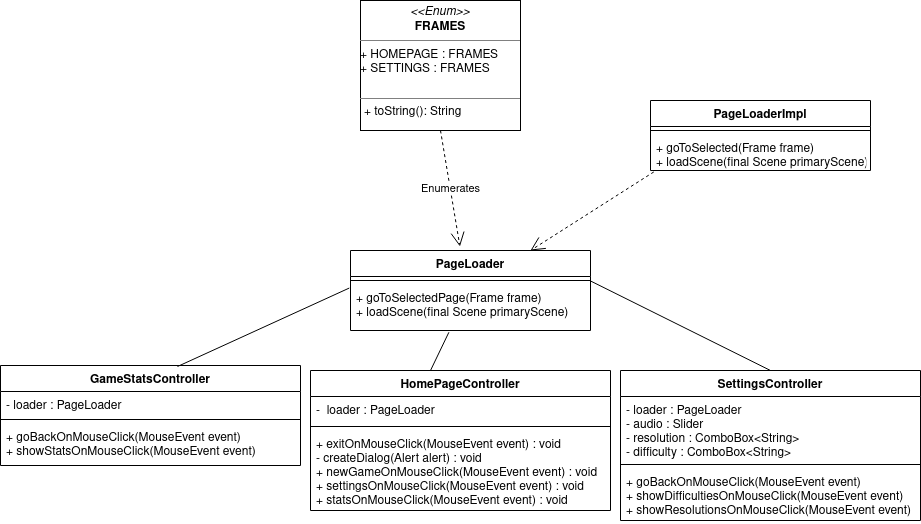
This is Documentation/relazione/img/main_menu.png from Pensilina14/bullet-ballet, a draw.io export, as it was before one commit. Source tidied: cells renumbered, new cells last; positions are measured from the earlier drawing's top-left corner, leaving out a move shared by most shapes. Its diagram source:
```xml
<mxGraphModel>
  <root>
    <mxCell id="0" />
    <mxCell id="1" parent="0" />
    <mxCell id="2" value="&lt;p style=&quot;margin: 0px ; margin-top: 4px ; text-align: center&quot;&gt;&lt;i&gt;&amp;lt;&amp;lt;Enum&amp;gt;&amp;gt;&lt;/i&gt;&lt;br&gt;&lt;b&gt;FRAMES&lt;/b&gt;&lt;/p&gt;&lt;hr size=&quot;1&quot;&gt;&lt;div&gt;+ HOMEPAGE : FRAMES&lt;/div&gt;&lt;div&gt;+ SETTINGS : FRAMES&lt;br&gt;&lt;/div&gt;&lt;div&gt;&lt;br&gt;&lt;/div&gt;&lt;hr size=&quot;1&quot;&gt;&lt;p style=&quot;margin: 0px ; margin-left: 4px&quot;&gt;+ toString(): String&lt;br&gt;&lt;/p&gt;" style="verticalAlign=top;align=left;overflow=fill;fontSize=12;fontFamily=Helvetica;html=1;" parent="1" vertex="1">
      <mxGeometry x="360" width="160" height="130" as="geometry" />
    </mxCell>
    <mxCell id="3" value="Enumerates" style="endArrow=open;endSize=12;dashed=1;html=1;rounded=0;entryX=0.456;entryY=-0.05;entryDx=0;entryDy=0;entryPerimeter=0;exitX=0.5;exitY=1;exitDx=0;exitDy=0;" parent="1" edge="1" source="2" target="8">
      <mxGeometry relative="1" as="geometry" />
    </mxCell>
    <mxCell id="4" value="HomePageController" style="swimlane;fontStyle=1;align=center;verticalAlign=top;horizontal=1;startSize=26;" parent="1" vertex="1">
      <mxGeometry x="310" y="370" width="300" height="140" as="geometry" />
    </mxCell>
    <mxCell id="5" value="-  loader : PageLoader" style="text;strokeColor=none;fillColor=none;align=left;verticalAlign=top;spacingLeft=4;spacingRight=4;overflow=hidden;" parent="4" vertex="1">
      <mxGeometry y="26" width="300" height="26" as="geometry" />
    </mxCell>
    <mxCell id="6" style="line;strokeWidth=1;fillColor=none;align=left;verticalAlign=middle;spacingTop=-1;spacingLeft=3;spacingRight=3;labelPosition=right;" parent="4" vertex="1">
      <mxGeometry y="52" width="300" height="8" as="geometry" />
    </mxCell>
    <mxCell id="7" value="+ exitOnMouseClick(MouseEvent event) : void&#10;- createDialog(Alert alert) : void&#10;+ newGameOnMouseClick(MouseEvent event) : void&#10;+ settingsOnMouseClick(MouseEvent event) : void&#10;+ statsOnMouseClick(MouseEvent event) : void&#10;" style="text;strokeColor=none;fillColor=none;align=left;verticalAlign=top;spacingLeft=4;spacingRight=4;overflow=hidden;" parent="4" vertex="1">
      <mxGeometry y="60" width="300" height="80" as="geometry" />
    </mxCell>
    <mxCell id="8" value="PageLoader" style="swimlane;fontStyle=1;align=center;verticalAlign=top;horizontal=1;startSize=26;" parent="1" vertex="1">
      <mxGeometry x="350" y="250" width="240" height="80" as="geometry" />
    </mxCell>
    <mxCell id="9" style="line;strokeWidth=1;fillColor=none;align=left;verticalAlign=middle;spacingTop=-1;spacingLeft=3;spacingRight=3;labelPosition=right;" parent="8" vertex="1">
      <mxGeometry y="26" width="240" height="8" as="geometry" />
    </mxCell>
    <mxCell id="10" value="+ goToSelectedPage(Frame frame)&#10;+ loadScene(final Scene primaryScene)" style="text;strokeColor=none;fillColor=none;align=left;verticalAlign=top;spacingLeft=4;spacingRight=4;overflow=hidden;points=[[0,0.5],[1,0.5]];portConstraint=eastwest;" parent="8" vertex="1">
      <mxGeometry y="34" width="240" height="46" as="geometry" />
    </mxCell>
    <mxCell id="11" value="SettingsController" style="swimlane;fontStyle=1;align=center;verticalAlign=top;horizontal=1;startSize=26;" parent="1" vertex="1">
      <mxGeometry x="620" y="370" width="300" height="150" as="geometry" />
    </mxCell>
    <mxCell id="12" value="- loader : PageLoader&#10;- audio : Slider&#10;- resolution : ComboBox&lt;String&gt;&#10;- difficulty : ComboBox&lt;String&gt;&#10;" style="text;strokeColor=none;fillColor=none;align=left;verticalAlign=top;spacingLeft=4;spacingRight=4;overflow=hidden;" parent="11" vertex="1">
      <mxGeometry y="26" width="300" height="64" as="geometry" />
    </mxCell>
    <mxCell id="13" style="line;strokeWidth=1;fillColor=none;align=left;verticalAlign=middle;spacingTop=-1;spacingLeft=3;spacingRight=3;labelPosition=right;" parent="11" vertex="1">
      <mxGeometry y="90" width="300" height="8" as="geometry" />
    </mxCell>
    <mxCell id="14" value="+ goBackOnMouseClick(MouseEvent event)&#10;+ showDifficultiesOnMouseClick(MouseEvent event)&#10;+ showResolutionsOnMouseClick(MouseEvent event)&#10;" style="text;strokeColor=none;fillColor=none;align=left;verticalAlign=top;spacingLeft=4;spacingRight=4;overflow=hidden;" parent="11" vertex="1">
      <mxGeometry y="98" width="300" height="52" as="geometry" />
    </mxCell>
    <mxCell id="15" value="GameStatsController" style="swimlane;fontStyle=1;align=center;verticalAlign=top;horizontal=1;startSize=26;" parent="1" vertex="1">
      <mxGeometry y="365" width="300" height="100" as="geometry" />
    </mxCell>
    <mxCell id="16" value="- loader : PageLoader&#10;" style="text;strokeColor=none;fillColor=none;align=left;verticalAlign=top;spacingLeft=4;spacingRight=4;overflow=hidden;" parent="15" vertex="1">
      <mxGeometry y="26" width="300" height="24" as="geometry" />
    </mxCell>
    <mxCell id="17" style="line;strokeWidth=1;fillColor=none;align=left;verticalAlign=middle;spacingTop=-1;spacingLeft=3;spacingRight=3;labelPosition=right;" parent="15" vertex="1">
      <mxGeometry y="50" width="300" height="8" as="geometry" />
    </mxCell>
    <mxCell id="18" value="+ goBackOnMouseClick(MouseEvent event)&#10;+ showStatsOnMouseClick(MouseEvent event)&#10;&#10;" style="text;strokeColor=none;fillColor=none;align=left;verticalAlign=top;spacingLeft=4;spacingRight=4;overflow=hidden;" parent="15" vertex="1">
      <mxGeometry y="58" width="300" height="42" as="geometry" />
    </mxCell>
    <mxCell id="19" style="endArrow=none;html=1;rounded=0;entryX=-0.005;entryY=0.077;entryDx=0;entryDy=0;entryPerimeter=0;exitX=0.59;exitY=0.01;exitDx=0;exitDy=0;exitPerimeter=0;" parent="1" edge="1" source="15" target="10">
      <mxGeometry relative="1" as="geometry" />
    </mxCell>
    <mxCell id="20" style="endArrow=none;html=1;rounded=0;entryX=0.41;entryY=1.038;entryDx=0;entryDy=0;entryPerimeter=0;" parent="1" edge="1" target="10">
      <mxGeometry relative="1" as="geometry">
        <mxPoint x="430" y="370" as="sourcePoint" />
      </mxGeometry>
    </mxCell>
    <mxCell id="21" style="endArrow=none;html=1;rounded=0;entryX=0.5;entryY=0;entryDx=0;entryDy=0;exitX=1;exitY=-0.077;exitDx=0;exitDy=0;exitPerimeter=0;" parent="1" edge="1" source="10" target="11">
      <mxGeometry relative="1" as="geometry" />
    </mxCell>
    <mxCell id="22" value="PageLoaderImpl&#10;" style="swimlane;fontStyle=1;align=center;verticalAlign=top;horizontal=1;startSize=26;" parent="1" vertex="1">
      <mxGeometry x="650" y="100" width="220" height="70" as="geometry" />
    </mxCell>
    <mxCell id="23" style="line;strokeWidth=1;fillColor=none;align=left;verticalAlign=middle;spacingTop=-1;spacingLeft=3;spacingRight=3;labelPosition=right;" parent="22" vertex="1">
      <mxGeometry y="26" width="220" height="8" as="geometry" />
    </mxCell>
    <mxCell id="24" value="+ goToSelected(Frame frame)&#10;+ loadScene(final Scene primaryScene)&#10;" style="text;strokeColor=none;fillColor=none;align=left;verticalAlign=top;spacingLeft=4;spacingRight=4;overflow=hidden;points=[[0,0.5],[1,0.5]];portConstraint=eastwest;" parent="22" vertex="1">
      <mxGeometry y="34" width="220" height="36" as="geometry" />
    </mxCell>
    <mxCell id="25" style="endArrow=open;endSize=12;dashed=1;html=1;rounded=0;entryX=0.75;entryY=0;entryDx=0;entryDy=0;exitX=0.015;exitY=1.04;exitDx=0;exitDy=0;exitPerimeter=0;" parent="1" edge="1" source="24" target="8">
      <mxGeometry relative="1" as="geometry" />
    </mxCell>
  </root>
</mxGraphModel>
```
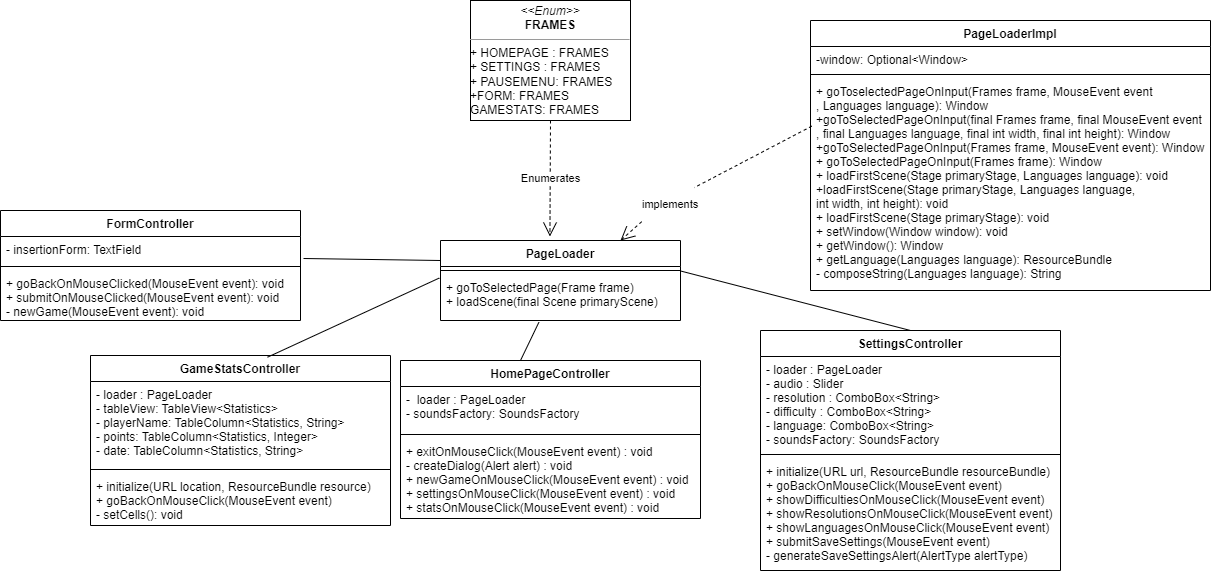
After the change.

Change to the diagram source:
```diff
@@ -2,23 +2,23 @@
   <root>
     <mxCell id="0" />
     <mxCell id="1" parent="0" />
-    <mxCell id="2" value="&lt;p style=&quot;margin: 0px ; margin-top: 4px ; text-align: center&quot;&gt;&lt;i&gt;&amp;lt;&amp;lt;Enum&amp;gt;&amp;gt;&lt;/i&gt;&lt;br&gt;&lt;b&gt;FRAMES&lt;/b&gt;&lt;/p&gt;&lt;hr size=&quot;1&quot;&gt;&lt;div&gt;+ HOMEPAGE : FRAMES&lt;/div&gt;&lt;div&gt;+ SETTINGS : FRAMES&lt;br&gt;&lt;/div&gt;&lt;div&gt;&lt;br&gt;&lt;/div&gt;&lt;hr size=&quot;1&quot;&gt;&lt;p style=&quot;margin: 0px ; margin-left: 4px&quot;&gt;+ toString(): String&lt;br&gt;&lt;/p&gt;" style="verticalAlign=top;align=left;overflow=fill;fontSize=12;fontFamily=Helvetica;html=1;" parent="1" vertex="1">
-      <mxGeometry x="360" width="160" height="130" as="geometry" />
+    <mxCell id="2" value="&lt;p style=&quot;margin: 0px ; margin-top: 4px ; text-align: center&quot;&gt;&lt;i&gt;&amp;lt;&amp;lt;Enum&amp;gt;&amp;gt;&lt;/i&gt;&lt;br&gt;&lt;b&gt;FRAMES&lt;/b&gt;&lt;/p&gt;&lt;hr size=&quot;1&quot;&gt;&lt;div&gt;+ HOMEPAGE : FRAMES&lt;/div&gt;&lt;div&gt;+ SETTINGS : FRAMES&lt;br&gt;&lt;/div&gt;&lt;div&gt;+ PAUSEMENU: FRAMES&lt;/div&gt;&lt;div&gt;+FORM: FRAMES&lt;/div&gt;&lt;div&gt;GAMESTATS: FRAMES&lt;/div&gt;&lt;div&gt;&lt;br&gt;&lt;/div&gt;&lt;hr size=&quot;1&quot;&gt;&lt;p style=&quot;margin: 0px ; margin-left: 4px&quot;&gt;+ toString(): String&lt;br&gt;&lt;/p&gt;" style="verticalAlign=top;align=left;overflow=fill;fontSize=12;fontFamily=Helvetica;html=1;" parent="1" vertex="1">
+      <mxGeometry x="380" y="10" width="160" height="120" as="geometry" />
     </mxCell>
     <mxCell id="3" value="Enumerates" style="endArrow=open;endSize=12;dashed=1;html=1;rounded=0;entryX=0.456;entryY=-0.05;entryDx=0;entryDy=0;entryPerimeter=0;exitX=0.5;exitY=1;exitDx=0;exitDy=0;" parent="1" edge="1" source="2" target="8">
       <mxGeometry relative="1" as="geometry" />
     </mxCell>
     <mxCell id="4" value="HomePageController" style="swimlane;fontStyle=1;align=center;verticalAlign=top;horizontal=1;startSize=26;" parent="1" vertex="1">
-      <mxGeometry x="310" y="370" width="300" height="140" as="geometry" />
+      <mxGeometry x="310" y="370" width="300" height="158" as="geometry" />
     </mxCell>
-    <mxCell id="5" value="-  loader : PageLoader" style="text;strokeColor=none;fillColor=none;align=left;verticalAlign=top;spacingLeft=4;spacingRight=4;overflow=hidden;" parent="4" vertex="1">
-      <mxGeometry y="26" width="300" height="26" as="geometry" />
+    <mxCell id="5" value="-  loader : PageLoader&#10;- soundsFactory: SoundsFactory" style="text;strokeColor=none;fillColor=none;align=left;verticalAlign=top;spacingLeft=4;spacingRight=4;overflow=hidden;" parent="4" vertex="1">
+      <mxGeometry y="26" width="300" height="44" as="geometry" />
     </mxCell>
     <mxCell id="6" style="line;strokeWidth=1;fillColor=none;align=left;verticalAlign=middle;spacingTop=-1;spacingLeft=3;spacingRight=3;labelPosition=right;" parent="4" vertex="1">
-      <mxGeometry y="52" width="300" height="8" as="geometry" />
+      <mxGeometry y="70" width="300" height="8" as="geometry" />
     </mxCell>
     <mxCell id="7" value="+ exitOnMouseClick(MouseEvent event) : void&#10;- createDialog(Alert alert) : void&#10;+ newGameOnMouseClick(MouseEvent event) : void&#10;+ settingsOnMouseClick(MouseEvent event) : void&#10;+ statsOnMouseClick(MouseEvent event) : void&#10;" style="text;strokeColor=none;fillColor=none;align=left;verticalAlign=top;spacingLeft=4;spacingRight=4;overflow=hidden;" parent="4" vertex="1">
-      <mxGeometry y="60" width="300" height="80" as="geometry" />
+      <mxGeometry y="78" width="300" height="80" as="geometry" />
     </mxCell>
     <mxCell id="8" value="PageLoader" style="swimlane;fontStyle=1;align=center;verticalAlign=top;horizontal=1;startSize=26;" parent="1" vertex="1">
       <mxGeometry x="350" y="250" width="240" height="80" as="geometry" />
@@ -30,28 +30,28 @@
       <mxGeometry y="34" width="240" height="46" as="geometry" />
     </mxCell>
     <mxCell id="11" value="SettingsController" style="swimlane;fontStyle=1;align=center;verticalAlign=top;horizontal=1;startSize=26;" parent="1" vertex="1">
-      <mxGeometry x="620" y="370" width="300" height="150" as="geometry" />
+      <mxGeometry x="670" y="340" width="300" height="240" as="geometry" />
     </mxCell>
-    <mxCell id="12" value="- loader : PageLoader&#10;- audio : Slider&#10;- resolution : ComboBox&lt;String&gt;&#10;- difficulty : ComboBox&lt;String&gt;&#10;" style="text;strokeColor=none;fillColor=none;align=left;verticalAlign=top;spacingLeft=4;spacingRight=4;overflow=hidden;" parent="11" vertex="1">
-      <mxGeometry y="26" width="300" height="64" as="geometry" />
+    <mxCell id="12" value="- loader : PageLoader&#10;- audio : Slider&#10;- resolution : ComboBox&lt;String&gt;&#10;- difficulty : ComboBox&lt;String&gt;&#10;- language: ComboBox&lt;String&gt;&#10;- soundsFactory: SoundsFactory&#10;&#10;" style="text;strokeColor=none;fillColor=none;align=left;verticalAlign=top;spacingLeft=4;spacingRight=4;overflow=hidden;" parent="11" vertex="1">
+      <mxGeometry y="26" width="300" height="94" as="geometry" />
     </mxCell>
     <mxCell id="13" style="line;strokeWidth=1;fillColor=none;align=left;verticalAlign=middle;spacingTop=-1;spacingLeft=3;spacingRight=3;labelPosition=right;" parent="11" vertex="1">
-      <mxGeometry y="90" width="300" height="8" as="geometry" />
+      <mxGeometry y="120" width="300" height="8" as="geometry" />
     </mxCell>
-    <mxCell id="14" value="+ goBackOnMouseClick(MouseEvent event)&#10;+ showDifficultiesOnMouseClick(MouseEvent event)&#10;+ showResolutionsOnMouseClick(MouseEvent event)&#10;" style="text;strokeColor=none;fillColor=none;align=left;verticalAlign=top;spacingLeft=4;spacingRight=4;overflow=hidden;" parent="11" vertex="1">
-      <mxGeometry y="98" width="300" height="52" as="geometry" />
+    <mxCell id="14" value="+ initialize(URL url, ResourceBundle resourceBundle)&#10;+ goBackOnMouseClick(MouseEvent event)&#10;+ showDifficultiesOnMouseClick(MouseEvent event)&#10;+ showResolutionsOnMouseClick(MouseEvent event)&#10;+ showLanguagesOnMouseClick(MouseEvent event)&#10;+ submitSaveSettings(MouseEvent event)&#10;- generateSaveSettingsAlert(AlertType alertType)" style="text;strokeColor=none;fillColor=none;align=left;verticalAlign=top;spacingLeft=4;spacingRight=4;overflow=hidden;" parent="11" vertex="1">
+      <mxGeometry y="128" width="300" height="112" as="geometry" />
     </mxCell>
     <mxCell id="15" value="GameStatsController" style="swimlane;fontStyle=1;align=center;verticalAlign=top;horizontal=1;startSize=26;" parent="1" vertex="1">
-      <mxGeometry y="365" width="300" height="100" as="geometry" />
+      <mxGeometry y="365" width="300" height="170" as="geometry" />
     </mxCell>
-    <mxCell id="16" value="- loader : PageLoader&#10;" style="text;strokeColor=none;fillColor=none;align=left;verticalAlign=top;spacingLeft=4;spacingRight=4;overflow=hidden;" parent="15" vertex="1">
-      <mxGeometry y="26" width="300" height="24" as="geometry" />
+    <mxCell id="16" value="- loader : PageLoader&#10;- tableView: TableView&lt;Statistics&gt;&#10;- playerName: TableColumn&lt;Statistics, String&gt;&#10;- points: TableColumn&lt;Statistics, Integer&gt;&#10;- date: TableColumn&lt;Statistics, String&gt;&#10;&#10;&#10;&#10;&#10;" style="text;strokeColor=none;fillColor=none;align=left;verticalAlign=top;spacingLeft=4;spacingRight=4;overflow=hidden;" parent="15" vertex="1">
+      <mxGeometry y="26" width="300" height="84" as="geometry" />
     </mxCell>
     <mxCell id="17" style="line;strokeWidth=1;fillColor=none;align=left;verticalAlign=middle;spacingTop=-1;spacingLeft=3;spacingRight=3;labelPosition=right;" parent="15" vertex="1">
-      <mxGeometry y="50" width="300" height="8" as="geometry" />
+      <mxGeometry y="110" width="300" height="8" as="geometry" />
     </mxCell>
-    <mxCell id="18" value="+ goBackOnMouseClick(MouseEvent event)&#10;+ showStatsOnMouseClick(MouseEvent event)&#10;&#10;" style="text;strokeColor=none;fillColor=none;align=left;verticalAlign=top;spacingLeft=4;spacingRight=4;overflow=hidden;" parent="15" vertex="1">
-      <mxGeometry y="58" width="300" height="42" as="geometry" />
+    <mxCell id="18" value="+ initialize(URL location, ResourceBundle resource)&#10;+ goBackOnMouseClick(MouseEvent event)&#10;- setCells(): void&#10;" style="text;strokeColor=none;fillColor=none;align=left;verticalAlign=top;spacingLeft=4;spacingRight=4;overflow=hidden;" parent="15" vertex="1">
+      <mxGeometry y="118" width="300" height="52" as="geometry" />
     </mxCell>
     <mxCell id="19" style="endArrow=none;html=1;rounded=0;entryX=-0.005;entryY=0.077;entryDx=0;entryDy=0;entryPerimeter=0;exitX=0.59;exitY=0.01;exitDx=0;exitDy=0;exitPerimeter=0;" parent="1" edge="1" source="15" target="10">
       <mxGeometry relative="1" as="geometry" />
@@ -64,17 +64,41 @@
     <mxCell id="21" style="endArrow=none;html=1;rounded=0;entryX=0.5;entryY=0;entryDx=0;entryDy=0;exitX=1;exitY=-0.077;exitDx=0;exitDy=0;exitPerimeter=0;" parent="1" edge="1" source="10" target="11">
       <mxGeometry relative="1" as="geometry" />
     </mxCell>
+    <mxCell id="25" style="endArrow=open;endSize=12;dashed=1;html=1;rounded=0;entryX=0.75;entryY=0;entryDx=0;entryDy=0;exitX=0.015;exitY=1.04;exitDx=0;exitDy=0;exitPerimeter=0;startArrow=none;" parent="1" edge="1" source="26" target="8">
+      <mxGeometry relative="1" as="geometry" />
+    </mxCell>
+    <mxCell id="26" value="&lt;span style=&quot;color: rgb(0 , 0 , 0) ; font-family: &amp;#34;helvetica&amp;#34; ; font-size: 11px ; font-style: normal ; font-weight: 400 ; letter-spacing: normal ; text-align: center ; text-indent: 0px ; text-transform: none ; word-spacing: 0px ; background-color: rgb(255 , 255 , 255) ; display: inline ; float: none&quot;&gt;implements&lt;/span&gt;" style="text;whiteSpace=wrap;html=1;" parent="1" vertex="1">
+      <mxGeometry x="550" y="200" width="80" height="30" as="geometry" />
+    </mxCell>
+    <mxCell id="27" style="endArrow=none;endSize=12;dashed=1;html=1;rounded=0;entryX=0.675;entryY=-0.1;entryDx=0;entryDy=0;exitX=0.003;exitY=0.225;exitDx=0;exitDy=0;exitPerimeter=0;entryPerimeter=0;" parent="1" edge="1" source="35" target="26">
+      <mxGeometry relative="1" as="geometry" />
+    </mxCell>
+    <mxCell id="28" value="FormController" style="swimlane;fontStyle=1;align=center;verticalAlign=top;horizontal=1;startSize=26;" parent="1" vertex="1">
+      <mxGeometry x="-90" y="220" width="300" height="110" as="geometry" />
+    </mxCell>
+    <mxCell id="29" value="- insertionForm: TextField" style="text;strokeColor=none;fillColor=none;align=left;verticalAlign=top;spacingLeft=4;spacingRight=4;overflow=hidden;points=[[0,0.5],[1,0.5]];portConstraint=eastwest;" parent="28" vertex="1">
+      <mxGeometry y="26" width="300" height="26" as="geometry" />
+    </mxCell>
+    <mxCell id="30" style="line;strokeWidth=1;fillColor=none;align=left;verticalAlign=middle;spacingTop=-1;spacingLeft=3;spacingRight=3;labelPosition=right;" parent="28" vertex="1">
+      <mxGeometry y="52" width="300" height="8" as="geometry" />
+    </mxCell>
+    <mxCell id="31" value="+ goBackOnMouseClicked(MouseEvent event): void&#10;+ submitOnMouseClicked(MouseEvent event): void &#10;- newGame(MouseEvent event): void&#10;" style="text;strokeColor=none;fillColor=none;align=left;verticalAlign=top;spacingLeft=4;spacingRight=4;overflow=hidden;" parent="28" vertex="1">
+      <mxGeometry y="60" width="300" height="50" as="geometry" />
+    </mxCell>
+    <mxCell id="32" style="endArrow=none;html=1;rounded=0;exitX=1.01;exitY=0.846;exitDx=0;exitDy=0;exitPerimeter=0;entryX=0;entryY=0.25;entryDx=0;entryDy=0;" parent="1" edge="1" source="29" target="8">
+      <mxGeometry relative="1" as="geometry" />
+    </mxCell>
-    <mxCell id="22" value="PageLoaderImpl&#10;" style="swimlane;fontStyle=1;align=center;verticalAlign=top;horizontal=1;startSize=26;" parent="1" vertex="1">
-      <mxGeometry x="650" y="100" width="220" height="70" as="geometry" />
+    <mxCell id="22" value="PageLoaderImpl" style="swimlane;fontStyle=1;align=center;verticalAlign=top;horizontal=1;startSize=26;" parent="1" vertex="1">
+      <mxGeometry x="720" y="30" width="400" height="270" as="geometry" />
     </mxCell>
-    <mxCell id="23" style="line;strokeWidth=1;fillColor=none;align=left;verticalAlign=middle;spacingTop=-1;spacingLeft=3;spacingRight=3;labelPosition=right;" parent="22" vertex="1">
-      <mxGeometry y="26" width="220" height="8" as="geometry" />
-    </mxCell>
-    <mxCell id="24" value="+ goToSelected(Frame frame)&#10;+ loadScene(final Scene primaryScene)&#10;" style="text;strokeColor=none;fillColor=none;align=left;verticalAlign=top;spacingLeft=4;spacingRight=4;overflow=hidden;points=[[0,0.5],[1,0.5]];portConstraint=eastwest;" parent="22" vertex="1">
-      <mxGeometry y="34" width="220" height="36" as="geometry" />
-    </mxCell>
-    <mxCell id="25" style="endArrow=open;endSize=12;dashed=1;html=1;rounded=0;entryX=0.75;entryY=0;entryDx=0;entryDy=0;exitX=0.015;exitY=1.04;exitDx=0;exitDy=0;exitPerimeter=0;" parent="1" edge="1" source="24" target="8">
-      <mxGeometry relative="1" as="geometry" />
-    </mxCell>
+    <mxCell id="33" value="-window: Optional&lt;Window&gt;" style="text;strokeColor=none;fillColor=none;align=left;verticalAlign=top;spacingLeft=4;spacingRight=4;overflow=hidden;" parent="22" vertex="1">
+      <mxGeometry y="26" width="400" height="24" as="geometry" />
+    </mxCell>
+    <mxCell id="34" style="line;strokeWidth=1;fillColor=none;align=left;verticalAlign=middle;spacingTop=-1;spacingLeft=3;spacingRight=3;labelPosition=right;" parent="22" vertex="1">
+      <mxGeometry y="50" width="400" height="8" as="geometry" />
+    </mxCell>
+    <mxCell id="35" value="+ goToselectedPageOnInput(Frames frame, MouseEvent event&#10;, Languages language): Window&#10;+goToSelectedPageOnInput(final Frames frame, final MouseEvent event&#10;, final Languages language, final int width, final int height): Window&#10;+goToSelectedPageOnInput(Frames frame, MouseEvent event): Window&#10;+ goToSelectedPageOnInput(Frames frame): Window&#10;+ loadFirstScene(Stage primaryStage, Languages language): void&#10;+loadFirstScene(Stage primaryStage, Languages language,&#10;int width, int height): void&#10;+ loadFirstScene(Stage primaryStage): void&#10;+ setWindow(Window window): void&#10;+ getWindow(): Window&#10;+ getLanguage(Languages language): ResourceBundle&#10;- composeString(Languages language): String&#10;" style="text;strokeColor=none;fillColor=none;align=left;verticalAlign=top;spacingLeft=4;spacingRight=4;overflow=hidden;points=[[0,0.5],[1,0.5]];portConstraint=eastwest;" parent="22" vertex="1">
+      <mxGeometry y="58" width="400" height="212" as="geometry" />
+    </mxCell>
   </root>
 </mxGraphModel>
```
